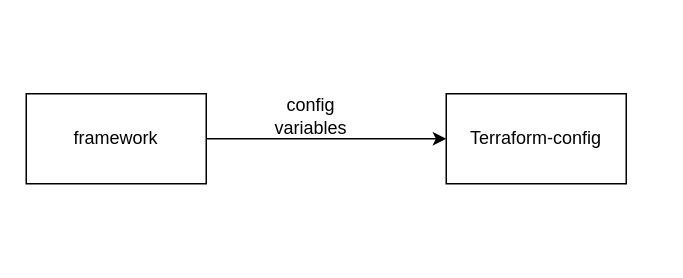
Before: IaC_integration.drawio in oscarmarcussen/master_diagram, a draw.io diagram. Source tidied: cells renumbered, new cells numbered last; positions are measured from the earlier drawing's top-left corner, leaving out a move shared by most shapes. Both pictures are drawn from the tidied source at 150%, with x=0, y=0 at pixel (26, 93).
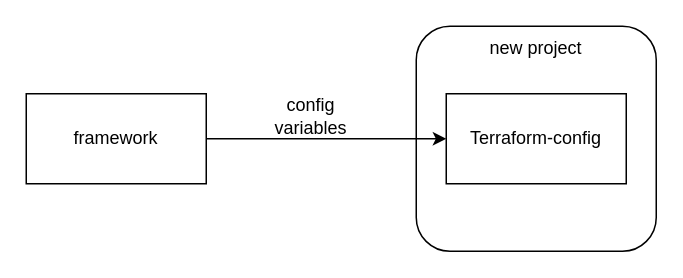
Above is the later version.

Diff of the diagram source:
```diff
@@
 <mxGraphModel>
   <root>
     <mxCell id="0" />
     <mxCell id="1" parent="0" />
     <mxCell id="2" value="framework" style="rounded=0;whiteSpace=wrap;html=1;" parent="1" vertex="1">
       <mxGeometry width="120" height="60" as="geometry" />
     </mxCell>
     <mxCell id="3" value="Terraform-config" style="rounded=0;whiteSpace=wrap;html=1;" parent="1" vertex="1">
       <mxGeometry x="280" width="120" height="60" as="geometry" />
     </mxCell>
     <mxCell id="4" style="endArrow=classic;html=1;exitX=1;exitY=0.5;exitDx=0;exitDy=0;entryX=0;entryY=0.5;entryDx=0;entryDy=0;" parent="1" edge="1" source="2" target="3">
       <mxGeometry relative="1" as="geometry" />
     </mxCell>
     <mxCell id="5" value="config variables" style="text;html=1;align=center;verticalAlign=middle;whiteSpace=wrap;rounded=0;" parent="1" vertex="1">
       <mxGeometry x="160" width="60" height="30" as="geometry" />
     </mxCell>
+    <mxCell id="6" style="rounded=1;whiteSpace=wrap;html=1;fillColor=none;" parent="1" vertex="1">
+      <mxGeometry x="260" y="-45" width="160" height="150" as="geometry" />
+    </mxCell>
+    <mxCell id="7" value="new project" style="text;html=1;align=center;verticalAlign=middle;whiteSpace=wrap;rounded=0;" parent="1" vertex="1">
+      <mxGeometry x="300" y="-45" width="80" height="30" as="geometry" />
+    </mxCell>
   </root>
 </mxGraphModel>
```
